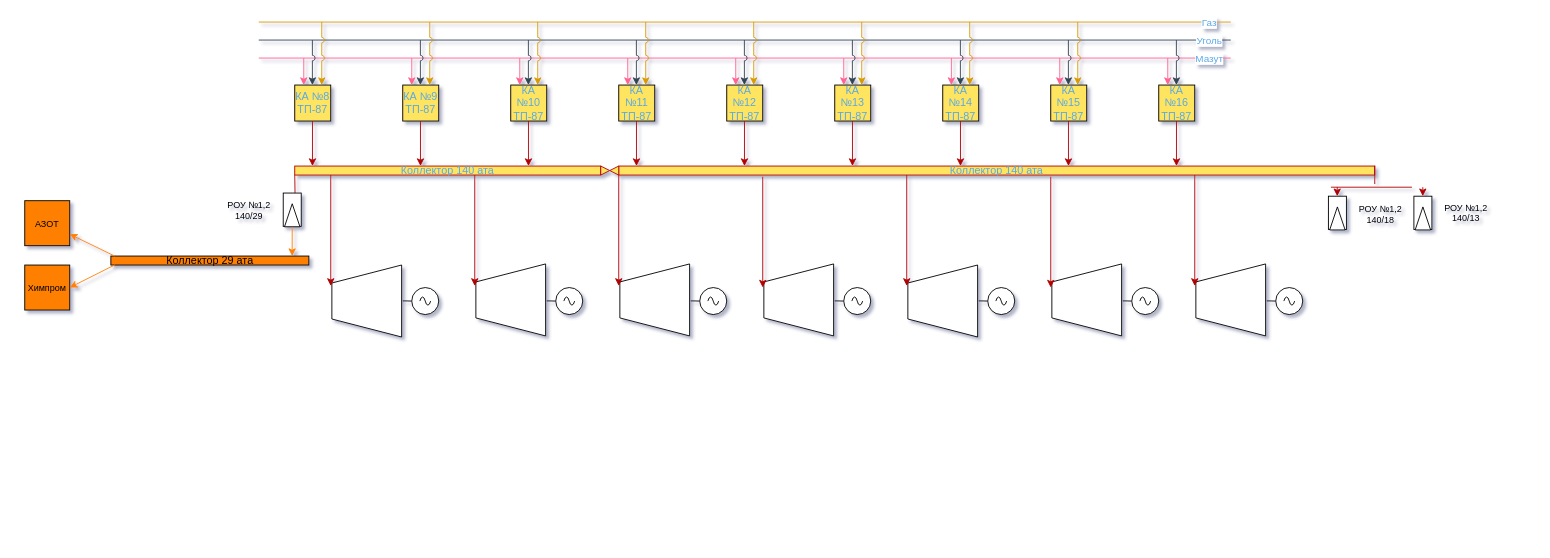
Butovo/Drow_io_tech keeps this draw.io diagram as Теплосеть_Кемерово.drawio. Above is the earlier version. Source tidied: cells renumbered, new cells numbered last; positions are measured from the earlier drawing's top-left corner, leaving out a move shared by most shapes. Both pictures are drawn from the tidied source at 90%, with x=0, y=0 at pixel (24, 22).
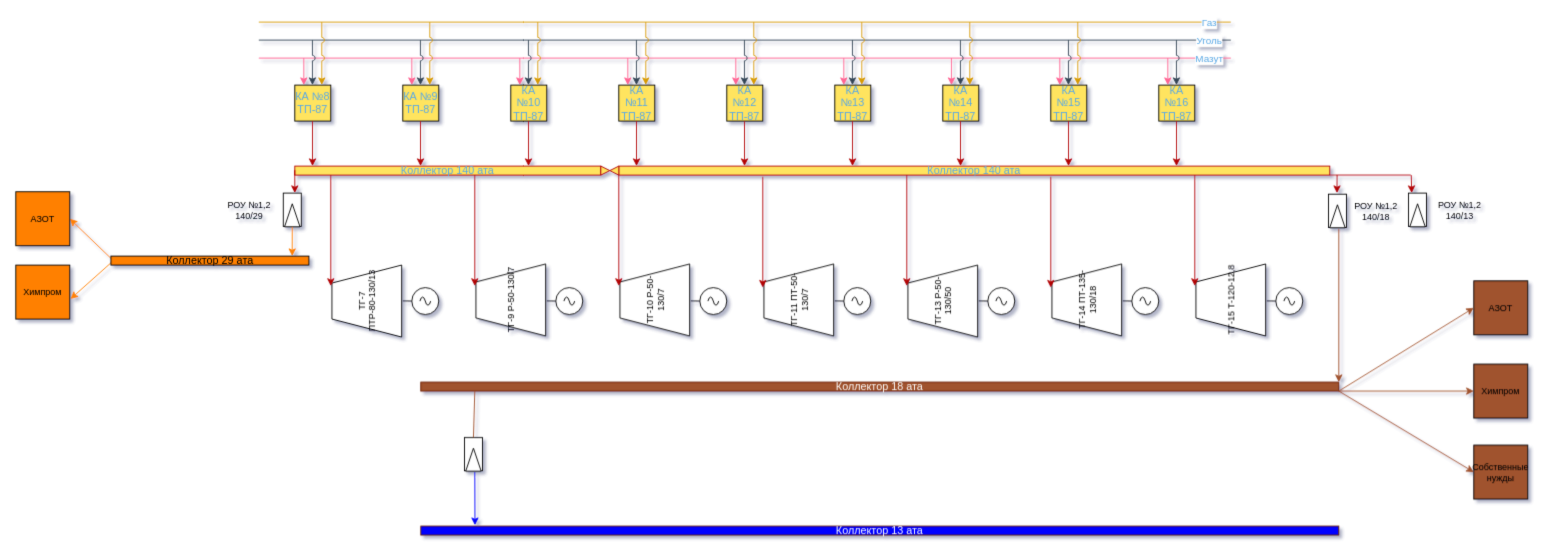
The same page after the edit.

Unchanged cells that the change refers to:
```xml
<mxCell id="61" value="Коллектор 29 ата" style="rounded=0;whiteSpace=wrap;html=1;strokeColor=#000000;fillColor=#FF8000;fontColor=#000000;" parent="1" vertex="1">
  <mxGeometry x="95.7" y="260" width="220" height="10" as="geometry" />
</mxCell>
```

The edit, as a diff of the source:
```diff
@@
     <mxCell id="12" value="Коллектор 140 ата" style="rounded=0;whiteSpace=wrap;html=1;strokeColor=#B20000;fillColor=#FFE45E;fontColor=#5AA9E6;" parent="1" vertex="1">
-      <mxGeometry x="660" y="160" width="840" height="10" as="geometry" />
+      <mxGeometry x="660" y="160" width="790" height="10" as="geometry" />
     </mxCell>
@@
-    <mxCell id="59" style="endArrow=none;html=1;rounded=0;shadow=0;strokeColor=#B20000;fontSize=10;fontColor=#000000;fillColor=#FFE45E;jumpStyle=arc;" parent="1" edge="1">
-      <mxGeometry relative="1" as="geometry">
-        <mxPoint x="300.3" y="190" as="sourcePoint" />
-        <mxPoint x="300" y="170" as="targetPoint" />
-      </mxGeometry>
-    </mxCell>
@@
+    <mxCell id="64" style="edgeStyle=none;rounded=0;jumpStyle=arc;jumpSize=6;jettySize=auto;html=1;exitX=0;exitY=0.25;exitDx=0;exitDy=0;entryX=1;entryY=0.5;entryDx=0;entryDy=0;shadow=0;strokeColor=#FF8000;strokeWidth=1;fontSize=10;fontColor=#000000;endSize=6;fillColor=#FFE45E;" parent="1" edge="1" source="61" target="62">
+      <mxGeometry relative="1" as="geometry" />
+    </mxCell>
+    <mxCell id="65" style="edgeStyle=none;rounded=0;jumpStyle=arc;jumpSize=6;jettySize=auto;html=1;exitX=0;exitY=0.75;exitDx=0;exitDy=0;entryX=1.013;entryY=0.627;entryDx=0;entryDy=0;entryPerimeter=0;shadow=0;strokeColor=#FF8000;strokeWidth=1;fontSize=10;fontColor=#000000;endSize=6;fillColor=#FFE45E;" parent="1" edge="1" source="61" target="63">
+      <mxGeometry relative="1" as="geometry" />
+    </mxCell>
@@
     <mxCell id="62" value="АЗОТ" style="whiteSpace=wrap;html=1;strokeColor=#000000;fontSize=10;fontColor=#000000;fillColor=#FF8000;" parent="1" vertex="1">
-      <mxGeometry y="198.5" width="50" height="50" as="geometry" />
+      <mxGeometry x="-10" y="188.5" width="60" height="60" as="geometry" />
     </mxCell>
     <mxCell id="63" value="Химпром" style="whiteSpace=wrap;html=1;strokeColor=#000000;fontSize=10;fontColor=#000000;fillColor=#FF8000;" parent="1" vertex="1">
-      <mxGeometry y="270" width="50" height="50" as="geometry" />
+      <mxGeometry x="-10" y="270" width="60" height="60" as="geometry" />
     </mxCell>
-    <mxCell id="64" style="endArrow=classic;html=1;rounded=0;shadow=0;strokeColor=#FF8000;fontSize=10;fontColor=#000000;fillColor=#FFE45E;jumpStyle=arc;exitX=0.019;exitY=0;exitDx=0;exitDy=0;exitPerimeter=0;" parent="1" edge="1" source="61" target="62">
-      <mxGeometry relative="1" as="geometry" />
-    </mxCell>
-    <mxCell id="65" style="endArrow=classic;html=1;rounded=0;shadow=0;strokeColor=#FF8000;fontSize=10;fontColor=#000000;fillColor=#FFE45E;jumpStyle=arc;entryX=1;entryY=0.5;entryDx=0;entryDy=0;exitX=0.021;exitY=0.971;exitDx=0;exitDy=0;exitPerimeter=0;" parent="1" edge="1" source="61" target="63">
-      <mxGeometry relative="1" as="geometry" />
-    </mxCell>
     <mxCell id="66" style="rounded=0;whiteSpace=wrap;html=1;strokeColor=#000000;fontColor=#5AA9E6;fillColor=#FFFFFF;rotation=-90;" parent="1" vertex="1">
-      <mxGeometry x="1535" y="202" width="37" height="20" as="geometry" />
+      <mxGeometry x="1529" y="198.5" width="37" height="20" as="geometry" />
     </mxCell>
     <mxCell id="67" style="triangle;whiteSpace=wrap;html=1;strokeColor=#000000;fontColor=#5AA9E6;fillColor=#FFFFFF;rotation=-90;" parent="1" vertex="1">
-      <mxGeometry x="1540.7" y="209.6" width="25.6" height="17.2" as="geometry" />
+      <mxGeometry x="1534.7" y="206.1" width="25.6" height="17.2" as="geometry" />
     </mxCell>
     <mxCell id="68" value="РОУ №1,2&lt;br style=&quot;font-size: 10px;&quot;&gt;140/13" style="text;html=1;align=center;verticalAlign=middle;strokeColor=none;fillColor=none;fontColor=#000000;fontSize=10;" parent="1" vertex="1">
-      <mxGeometry x="1566.3" y="192" width="70" height="40" as="geometry" />
+      <mxGeometry x="1559" y="188.5" width="70" height="40" as="geometry" />
     </mxCell>
     <mxCell id="69" style="rounded=0;whiteSpace=wrap;html=1;strokeColor=#000000;fontColor=#5AA9E6;fillColor=#FFFFFF;rotation=-90;" parent="1" vertex="1">
-      <mxGeometry x="1440" y="202" width="37" height="20" as="geometry" />
+      <mxGeometry x="1440" y="199.7" width="37" height="20" as="geometry" />
     </mxCell>
     <mxCell id="70" style="triangle;whiteSpace=wrap;html=1;strokeColor=#000000;fontColor=#5AA9E6;fillColor=#FFFFFF;rotation=-90;" parent="1" vertex="1">
-      <mxGeometry x="1445.7" y="209.6" width="25.6" height="17.2" as="geometry" />
+      <mxGeometry x="1445.7" y="207.2" width="25.6" height="17.2" as="geometry" />
     </mxCell>
     <mxCell id="71" value="РОУ №1,2&lt;br style=&quot;font-size: 10px;&quot;&gt;140/18" style="text;html=1;align=center;verticalAlign=middle;strokeColor=none;fillColor=none;fontColor=#000000;fontSize=10;" parent="1" vertex="1">
-      <mxGeometry x="1471.3" y="193.5" width="70" height="40" as="geometry" />
+      <mxGeometry x="1465.7" y="189.7" width="70" height="40" as="geometry" />
     </mxCell>
-    <mxCell id="72" style="endArrow=none;html=1;rounded=0;shadow=0;strokeColor=#B20000;fontSize=10;fontColor=#000000;fillColor=#FFE45E;jumpStyle=arc;endSize=6;jumpSize=6;" parent="1" edge="1">
-      <mxGeometry relative="1" as="geometry">
-        <mxPoint x="1451.3" y="183.5" as="sourcePoint" />
-        <mxPoint x="1541.3" y="183.5" as="targetPoint" />
-      </mxGeometry>
-    </mxCell>
-    <mxCell id="73" style="endArrow=classic;html=1;rounded=0;shadow=0;strokeColor=#B20000;fontSize=10;fontColor=#000000;fillColor=#FFE45E;jumpStyle=arc;strokeWidth=1;" parent="1" edge="1">
-      <mxGeometry relative="1" as="geometry">
-        <mxPoint x="1553.4" y="183.5" as="sourcePoint" />
-        <mxPoint x="1553.4" y="193.5" as="targetPoint" />
-      </mxGeometry>
-    </mxCell>
-    <mxCell id="74" style="endArrow=classic;html=1;rounded=0;shadow=0;strokeColor=#B20000;fontSize=10;fontColor=#000000;fillColor=#FFE45E;jumpStyle=arc;" parent="1" edge="1">
-      <mxGeometry relative="1" as="geometry">
-        <mxPoint x="1458.3" y="183.5" as="sourcePoint" />
-        <mxPoint x="1458.3" y="193.5" as="targetPoint" />
-      </mxGeometry>
-    </mxCell>
-    <mxCell id="75" style="shape=trapezoid;perimeter=trapezoidPerimeter;whiteSpace=wrap;html=1;fixedSize=1;strokeColor=#000000;fontSize=10;fontColor=#000000;fillColor=#FFFFFF;rotation=-90;" parent="1" vertex="1">
+    <mxCell id="75" value="ТГ-15 Т-120-12,8" style="shape=trapezoid;perimeter=trapezoidPerimeter;whiteSpace=wrap;html=1;fixedSize=1;strokeColor=#000000;fontSize=10;fontColor=#000000;fillColor=#FFFFFF;rotation=-90;" parent="1" vertex="1">
       <mxGeometry x="1300" y="270" width="80" height="77.5" as="geometry" />
     </mxCell>
-    <mxCell id="76" style="shape=trapezoid;perimeter=trapezoidPerimeter;whiteSpace=wrap;html=1;fixedSize=1;strokeColor=#000000;fontSize=10;fontColor=#000000;fillColor=#FFFFFF;rotation=-90;" parent="1" vertex="1">
+    <mxCell id="76" value="ТГ-7&lt;br style=&quot;font-size: 10px;&quot;&gt;ПТР-80-130/13" style="shape=trapezoid;perimeter=trapezoidPerimeter;fixedSize=1;strokeColor=#000000;fontSize=10;fontColor=#000000;fillColor=#FFFFFF;rotation=-90;labelPosition=center;verticalLabelPosition=middle;align=center;verticalAlign=middle;direction=east;labelBackgroundColor=none;labelBorderColor=none;whiteSpace=wrap;html=1;horizontal=1;" parent="1" vertex="1">
       <mxGeometry x="340" y="271.2" width="80" height="77.5" as="geometry" />
     </mxCell>
-    <mxCell id="77" style="shape=trapezoid;perimeter=trapezoidPerimeter;whiteSpace=wrap;html=1;fixedSize=1;strokeColor=#000000;fontSize=10;fontColor=#000000;fillColor=#FFFFFF;rotation=-90;" parent="1" vertex="1">
+    <mxCell id="77" value="ТГ-9 Р-50-130/7" style="shape=trapezoid;perimeter=trapezoidPerimeter;whiteSpace=wrap;html=1;fixedSize=1;strokeColor=#000000;fontSize=10;fontColor=#000000;fillColor=#FFFFFF;rotation=-90;" parent="1" vertex="1">
       <mxGeometry x="500" y="270" width="80" height="77.5" as="geometry" />
     </mxCell>
-    <mxCell id="78" style="shape=trapezoid;perimeter=trapezoidPerimeter;whiteSpace=wrap;html=1;fixedSize=1;strokeColor=#000000;fontSize=10;fontColor=#000000;fillColor=#FFFFFF;rotation=-90;" parent="1" vertex="1">
+    <mxCell id="78" value="ТГ-10 Р-50-130/7" style="shape=trapezoid;perimeter=trapezoidPerimeter;whiteSpace=wrap;html=1;fixedSize=1;strokeColor=#000000;fontSize=10;fontColor=#000000;fillColor=#FFFFFF;rotation=-90;" parent="1" vertex="1">
       <mxGeometry x="660" y="270" width="80" height="77.5" as="geometry" />
     </mxCell>
-    <mxCell id="79" style="shape=trapezoid;perimeter=trapezoidPerimeter;whiteSpace=wrap;html=1;fixedSize=1;strokeColor=#000000;fontSize=10;fontColor=#000000;fillColor=#FFFFFF;rotation=-90;" parent="1" vertex="1">
+    <mxCell id="79" value="ТГ-11 ПТ-50-130/7" style="shape=trapezoid;perimeter=trapezoidPerimeter;whiteSpace=wrap;html=1;fixedSize=1;strokeColor=#000000;fontSize=10;fontColor=#000000;fillColor=#FFFFFF;rotation=-90;" parent="1" vertex="1">
       <mxGeometry x="820" y="270" width="80" height="77.5" as="geometry" />
     </mxCell>
-    <mxCell id="80" style="shape=trapezoid;perimeter=trapezoidPerimeter;whiteSpace=wrap;html=1;fixedSize=1;strokeColor=#000000;fontSize=10;fontColor=#000000;fillColor=#FFFFFF;rotation=-90;" parent="1" vertex="1">
+    <mxCell id="80" value="ТГ-13 Р-50-130/50" style="shape=trapezoid;perimeter=trapezoidPerimeter;whiteSpace=wrap;html=1;fixedSize=1;strokeColor=#000000;fontSize=10;fontColor=#000000;fillColor=#FFFFFF;rotation=-90;" parent="1" vertex="1">
       <mxGeometry x="980" y="271.2" width="80" height="77.5" as="geometry" />
     </mxCell>
-    <mxCell id="81" style="shape=trapezoid;perimeter=trapezoidPerimeter;whiteSpace=wrap;html=1;fixedSize=1;strokeColor=#000000;fontSize=10;fontColor=#000000;fillColor=#FFFFFF;rotation=-90;" parent="1" vertex="1">
+    <mxCell id="81" value="ТГ-14 ПТ-135-130/18" style="shape=trapezoid;perimeter=trapezoidPerimeter;whiteSpace=wrap;html=1;fixedSize=1;strokeColor=#000000;fontSize=10;fontColor=#000000;fillColor=#FFFFFF;rotation=-90;" parent="1" vertex="1">
       <mxGeometry x="1140" y="270" width="80" height="77.5" as="geometry" />
     </mxCell>
-    <mxCell id="82" style="endArrow=none;html=1;rounded=0;shadow=0;strokeColor=#B20000;strokeWidth=1;fontSize=10;fontColor=#000000;endSize=6;fillColor=#FFE45E;jumpStyle=arc;jumpSize=6;" parent="1" edge="1">
-      <mxGeometry relative="1" as="geometry">
-        <mxPoint x="1500" y="180" as="sourcePoint" />
-        <mxPoint x="1500" y="159.6" as="targetPoint" />
-      </mxGeometry>
-    </mxCell>
@@
+    <mxCell id="104" style="endArrow=none;html=1;rounded=0;shadow=0;strokeColor=#B20000;strokeWidth=1;fontSize=10;fontColor=#000000;endSize=6;fillColor=#FFE45E;jumpStyle=arc;jumpSize=6;exitX=1;exitY=1;exitDx=0;exitDy=0;" parent="1" edge="1" source="12">
+      <mxGeometry relative="1" as="geometry">
+        <mxPoint x="1540" y="170" as="targetPoint" />
+      </mxGeometry>
+    </mxCell>
+    <mxCell id="105" style="endArrow=classic;html=1;rounded=0;shadow=0;strokeColor=#B20000;strokeWidth=1;fontSize=10;fontColor=#000000;endSize=6;fillColor=#FFE45E;jumpStyle=arc;jumpSize=6;" parent="1" edge="1">
+      <mxGeometry relative="1" as="geometry">
+        <mxPoint x="1540.5" y="170" as="sourcePoint" />
+        <mxPoint x="1541" y="190" as="targetPoint" />
+      </mxGeometry>
+    </mxCell>
+    <mxCell id="106" style="endArrow=classic;html=1;rounded=0;shadow=0;strokeColor=#B20000;strokeWidth=1;fontSize=10;fontColor=#000000;endSize=6;fillColor=#FFE45E;jumpStyle=arc;jumpSize=6;" parent="1" edge="1">
+      <mxGeometry relative="1" as="geometry">
+        <mxPoint x="1458.1" y="170" as="sourcePoint" />
+        <mxPoint x="1458" y="190" as="targetPoint" />
+      </mxGeometry>
+    </mxCell>
+    <mxCell id="107" style="endArrow=classic;html=1;rounded=0;shadow=0;strokeColor=#B20000;strokeWidth=1;fontSize=10;fontColor=#000000;endSize=6;fillColor=#FFE45E;jumpStyle=arc;jumpSize=6;" parent="1" edge="1">
+      <mxGeometry relative="1" as="geometry">
+        <mxPoint x="300" y="164.4" as="sourcePoint" />
+        <mxPoint x="300" y="190" as="targetPoint" />
+      </mxGeometry>
+    </mxCell>
+    <mxCell id="108" value="Коллектор 18 ата" style="rounded=0;whiteSpace=wrap;html=1;strokeColor=#6D1F00;fillColor=#A0522D;fontColor=#ffffff;" parent="1" vertex="1">
+      <mxGeometry x="440" y="400" width="1020" height="10" as="geometry" />
+    </mxCell>
+    <mxCell id="109" style="endArrow=classic;html=1;rounded=0;shadow=0;strokeColor=#A0522D;strokeWidth=1;fontSize=10;fontColor=#000000;endSize=6;fillColor=#FFE45E;jumpStyle=arc;jumpSize=6;entryX=1;entryY=0;entryDx=0;entryDy=0;" parent="1" edge="1" target="108">
+      <mxGeometry relative="1" as="geometry">
+        <mxPoint x="1460" y="229.7" as="sourcePoint" />
+      </mxGeometry>
+    </mxCell>
+    <mxCell id="110" value="АЗОТ" style="whiteSpace=wrap;html=1;strokeColor=#000000;fontSize=10;fontColor=#000000;fillColor=#A0522D;" parent="1" vertex="1">
+      <mxGeometry x="1610" y="287.5" width="60" height="60" as="geometry" />
+    </mxCell>
+    <mxCell id="111" value="Химпром" style="whiteSpace=wrap;html=1;strokeColor=#000000;fontSize=10;fontColor=#000000;fillColor=#A0522D;" parent="1" vertex="1">
+      <mxGeometry x="1610" y="380" width="60" height="60" as="geometry" />
+    </mxCell>
+    <mxCell id="112" value="Собственные нужды" style="html=1;strokeColor=#000000;fontSize=10;fontColor=#000000;fillColor=#A0522D;whiteSpace=wrap;" parent="1" vertex="1">
+      <mxGeometry x="1610" y="470" width="60" height="60" as="geometry" />
+    </mxCell>
+    <mxCell id="113" style="endArrow=classic;html=1;rounded=0;shadow=0;strokeColor=#A0522D;strokeWidth=1;fontSize=10;fontColor=#000000;endSize=6;fillColor=#FFE45E;jumpStyle=arc;jumpSize=6;entryX=0;entryY=0.5;entryDx=0;entryDy=0;" parent="1" edge="1" target="110">
+      <mxGeometry relative="1" as="geometry">
+        <mxPoint x="1460" y="410" as="sourcePoint" />
+      </mxGeometry>
+    </mxCell>
+    <mxCell id="114" style="endArrow=classic;html=1;rounded=0;shadow=0;strokeColor=#A0522D;strokeWidth=1;fontSize=10;fontColor=#000000;endSize=6;fillColor=#FFE45E;jumpStyle=arc;jumpSize=6;entryX=0;entryY=0.5;entryDx=0;entryDy=0;" parent="1" edge="1" target="111">
+      <mxGeometry relative="1" as="geometry">
+        <mxPoint x="1460" y="410" as="sourcePoint" />
+      </mxGeometry>
+    </mxCell>
+    <mxCell id="115" style="endArrow=classic;html=1;rounded=0;shadow=0;strokeColor=#A0522D;strokeWidth=1;fontSize=10;fontColor=#000000;endSize=6;fillColor=#FFE45E;jumpStyle=arc;jumpSize=6;entryX=0;entryY=0.5;entryDx=0;entryDy=0;" parent="1" edge="1" target="112">
+      <mxGeometry relative="1" as="geometry">
+        <mxPoint x="1460" y="410" as="sourcePoint" />
+      </mxGeometry>
+    </mxCell>
+    <mxCell id="116" value="Коллектор 13 ата" style="rounded=0;whiteSpace=wrap;html=1;strokeColor=#6D1F00;fillColor=#0000FF;fontColor=#ffffff;" parent="1" vertex="1">
+      <mxGeometry x="440" y="560" width="1020" height="10" as="geometry" />
+    </mxCell>
+    <mxCell id="117" style="rounded=0;whiteSpace=wrap;html=1;strokeColor=#000000;fontColor=#5AA9E6;fillColor=#FFFFFF;rotation=-90;" parent="1" vertex="1">
+      <mxGeometry x="480" y="470" width="37" height="20" as="geometry" />
+    </mxCell>
+    <mxCell id="118" style="triangle;whiteSpace=wrap;html=1;strokeColor=#000000;fontColor=#5AA9E6;fillColor=#FFFFFF;rotation=-90;" parent="1" vertex="1">
+      <mxGeometry x="485.7" y="477.6" width="25.6" height="17.2" as="geometry" />
+    </mxCell>
+    <mxCell id="119" style="endArrow=none;html=1;rounded=0;exitX=1;exitY=0.5;exitDx=0;exitDy=0;strokeColor=#A0522D;" parent="1" edge="1" source="117">
+      <mxGeometry relative="1" as="geometry">
+        <mxPoint x="500" y="410" as="targetPoint" />
+      </mxGeometry>
+    </mxCell>
+    <mxCell id="120" style="endArrow=classic;html=1;rounded=0;strokeColor=#0000FF;entryX=0.059;entryY=-0.1;entryDx=0;entryDy=0;entryPerimeter=0;" parent="1" edge="1" target="116">
+      <mxGeometry relative="1" as="geometry">
+        <mxPoint x="500" y="500" as="sourcePoint" />
+      </mxGeometry>
+    </mxCell>
```
